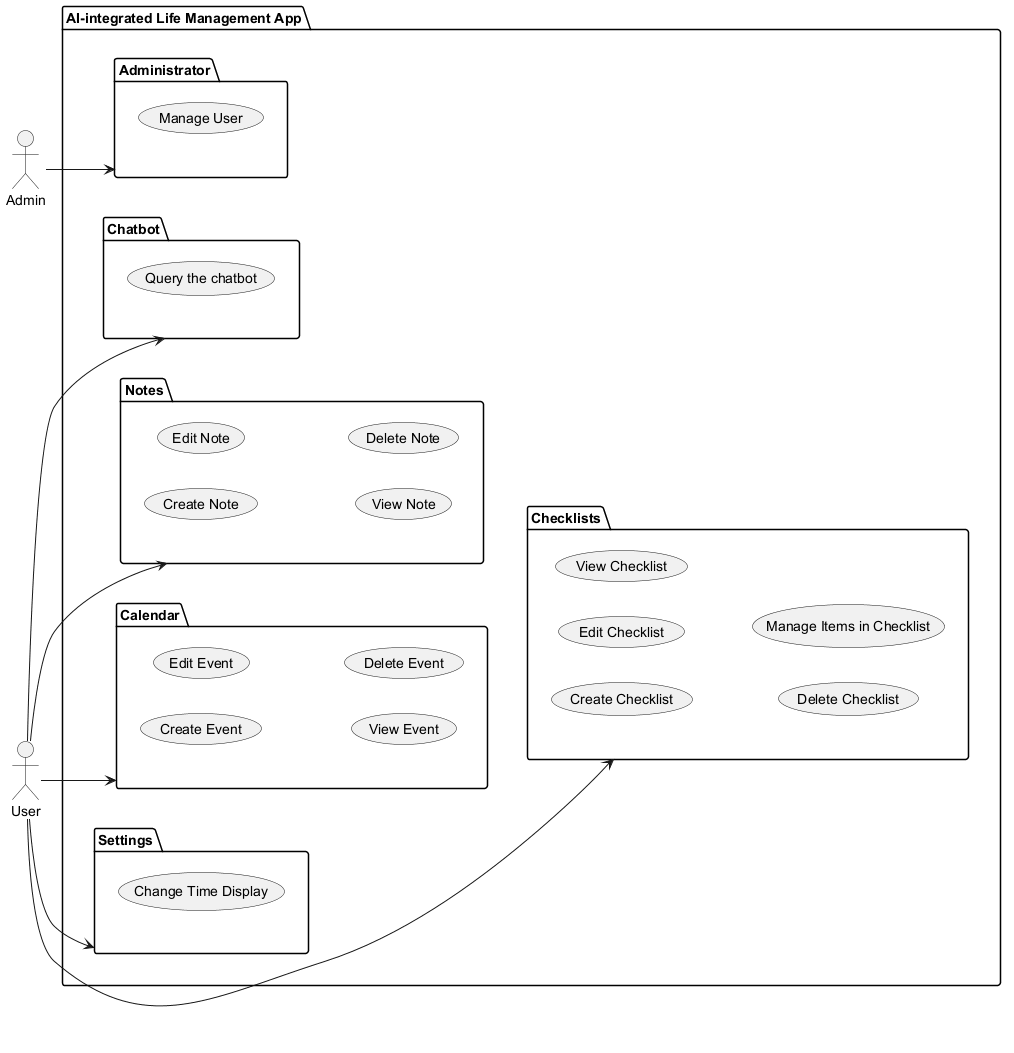
This is docs/use-case.png from AET-DevOps26/team-devopss26, a PlantUML export, as it was before one commit.
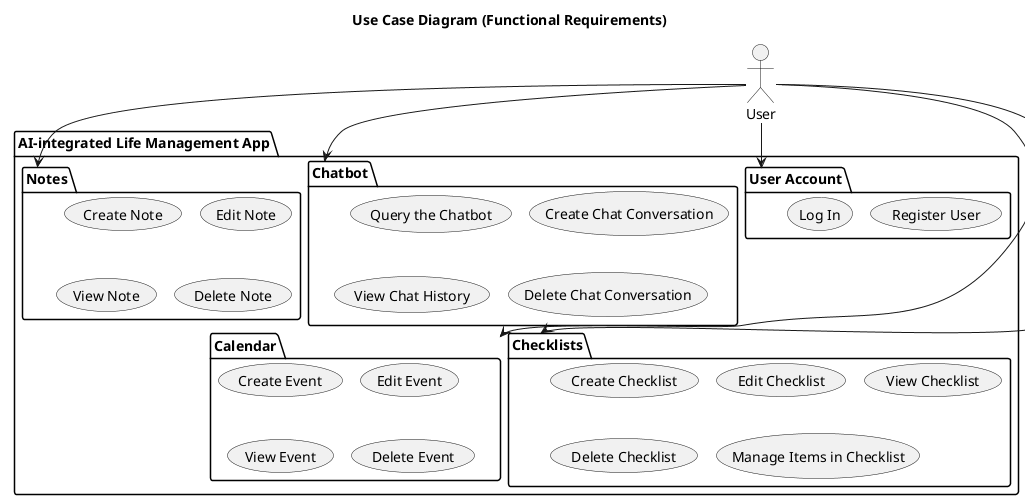
After the commit.

The edit, as a diff of the source:
```diff
@@ -1,11 +1,25 @@
 @startuml
+!pragma layout smetana
 
-left to right direction
+title Use Case Diagram (Functional Requirements)
 
-package "AI-integrated Life Management App" {
+skinparam nodesep 60
+skinparam ranksep 80
+skinparam shadowing false
+
+actor User
+
+package "AI-integrated Life Management App" as system {
+	package "User Account" as UserAccount {
+		(Register User)
+		(Log In)
+	}
 
 	package Chatbot as Chatbot {
-		(Query the chatbot)
+		(Query the Chatbot)
+		(Create Chat Conversation)
+		(View Chat History)
+		(Delete Chat Conversation)
 	}
 
 	package Notes as Notes {
@@ -29,21 +43,11 @@
 		(Delete Checklist)
 		(Manage Items in Checklist)
 	}
-
-	package Settings as Settings {
-		(Change Time Display)
-	}
-
-	package Administrator as Administrator {
-		(Manage User)
-	}
-
 }
 
+User --> UserAccount
 User --> Notes
 User --> Calendar
 User --> Checklists
 User --> Chatbot
-User --> Settings
-Admin --> Administrator
 @enduml
```
